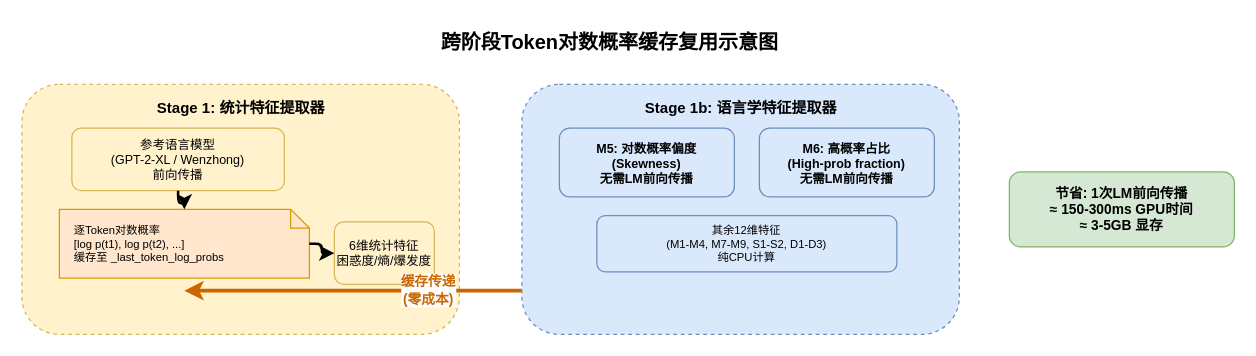
Earlier version of the draw.io diagram docs/diagrams/05-cross-stage-cache.drawio (kylecui/AIGC_Detector). Source tidied: cells renumbered, new cells numbered last; positions are measured from the earlier drawing's top-left corner, leaving out a move shared by most shapes. Both pictures are drawn from the tidied source at 125%, with x=0, y=0 at pixel (21, 21).
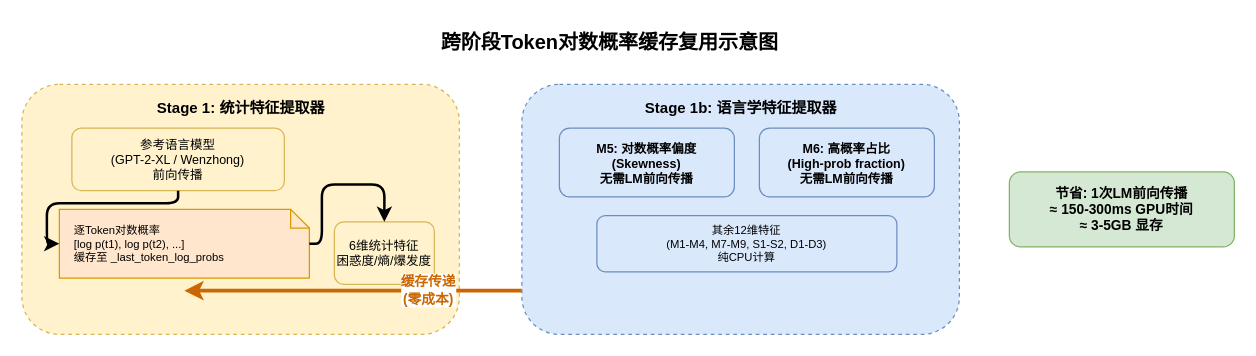
The same diagram, later.

Diff of the diagram source:
```diff
@@
 <mxGraphModel>
   <root>
     <mxCell id="0" />
     <mxCell id="1" parent="0" />
     <mxCell id="2" value="跨阶段Token对数概率缓存复用示意图" style="text;html=1;fontSize=16;fontStyle=1;align=center;" parent="1" vertex="1">
       <mxGeometry x="220" width="500" height="25" as="geometry" />
     </mxCell>
     <mxCell id="3" style="rounded=1;whiteSpace=wrap;html=1;fillColor=#fff2cc;strokeColor=#d6b656;dashed=1;" parent="1" vertex="1">
       <mxGeometry y="50" width="350" height="200" as="geometry" />
     </mxCell>
     <mxCell id="4" value="Stage 1: 统计特征提取器" style="text;html=1;fontSize=12;fontStyle=1;align=center;" parent="1" vertex="1">
       <mxGeometry x="40" y="55" width="270" height="20" as="geometry" />
     </mxCell>
     <mxCell id="5" value="参考语言模型&#10;(GPT-2-XL / Wenzhong)&#10;前向传播" style="rounded=1;whiteSpace=wrap;html=1;fillColor=#fff2cc;strokeColor=#d6b656;fontSize=10;" parent="1" vertex="1">
       <mxGeometry x="40" y="85" width="170" height="50" as="geometry" />
     </mxCell>
     <mxCell id="6" value="逐Token对数概率&#10;[log p(t1), log p(t2), ...]&#10;缓存至 _last_token_log_probs" style="shape=note;whiteSpace=wrap;html=1;size=15;fillColor=#ffe6cc;strokeColor=#d79b00;fontSize=9;align=left;spacingLeft=10;" parent="1" vertex="1">
       <mxGeometry x="30" y="150" width="200" height="55" as="geometry" />
     </mxCell>
     <mxCell id="7" value="6维统计特征&#10;困惑度/熵/爆发度" style="rounded=1;whiteSpace=wrap;html=1;fillColor=#fff2cc;strokeColor=#d6b656;fontSize=10;" parent="1" vertex="1">
       <mxGeometry x="250" y="160" width="80" height="50" as="geometry" />
     </mxCell>
     <mxCell id="8" value="缓存传递&#10;(零成本)" style="endArrow=classic;startArrow=classic;html=1;strokeWidth=3;strokeColor=#cc6600;fontSize=11;fontStyle=1;fontColor=#cc6600;edgeStyle=orthogonalEdgeStyle;" parent="1" edge="1">
       <mxGeometry relative="1" as="geometry">
         <mxPoint x="130" y="215" as="sourcePoint" />
         <mxPoint x="520" y="215" as="targetPoint" />
       </mxGeometry>
     </mxCell>
     <mxCell id="9" style="rounded=1;whiteSpace=wrap;html=1;fillColor=#dae8fc;strokeColor=#6c8ebf;dashed=1;" parent="1" vertex="1">
       <mxGeometry x="400" y="50" width="350" height="200" as="geometry" />
     </mxCell>
     <mxCell id="10" value="Stage 1b: 语言学特征提取器" style="text;html=1;fontSize=12;fontStyle=1;align=center;" parent="1" vertex="1">
       <mxGeometry x="440" y="55" width="270" height="20" as="geometry" />
     </mxCell>
     <mxCell id="11" value="M5: 对数概率偏度&#10;(Skewness)&#10;无需LM前向传播" style="rounded=1;whiteSpace=wrap;html=1;fillColor=#dae8fc;strokeColor=#6c8ebf;fontSize=10;fontStyle=1;" parent="1" vertex="1">
       <mxGeometry x="430" y="85" width="140" height="55" as="geometry" />
     </mxCell>
     <mxCell id="12" value="M6: 高概率占比&#10;(High-prob fraction)&#10;无需LM前向传播" style="rounded=1;whiteSpace=wrap;html=1;fillColor=#dae8fc;strokeColor=#6c8ebf;fontSize=10;fontStyle=1;" parent="1" vertex="1">
       <mxGeometry x="590" y="85" width="140" height="55" as="geometry" />
     </mxCell>
     <mxCell id="13" value="其余12维特征&#10;(M1-M4, M7-M9, S1-S2, D1-D3)&#10;纯CPU计算" style="rounded=1;whiteSpace=wrap;html=1;fillColor=#dae8fc;strokeColor=#6c8ebf;fontSize=9;" parent="1" vertex="1">
       <mxGeometry x="460" y="155" width="240" height="45" as="geometry" />
     </mxCell>
     <mxCell id="14" value="节省: 1次LM前向传播&#10;≈ 150-300ms GPU时间&#10;≈ 3-5GB 显存" style="rounded=1;whiteSpace=wrap;html=1;fillColor=#d5e8d4;strokeColor=#82b366;fontSize=11;fontStyle=1;" parent="1" vertex="1">
       <mxGeometry x="790" y="120" width="180" height="60" as="geometry" />
     </mxCell>
-    <mxCell id="15" style="edgeStyle=orthogonalEdgeStyle;endArrow=classic;html=1;strokeWidth=2;" parent="1" edge="1" source="5" target="6">
+    <mxCell id="15" style="edgeStyle=orthogonalEdgeStyle;endArrow=classic;html=1;strokeWidth=2;entryX=0;entryY=0.5;entryDx=0;entryDy=0;entryPerimeter=0;" parent="1" edge="1" source="5" target="6">
       <mxGeometry relative="1" as="geometry" />
     </mxCell>
     <mxCell id="16" style="edgeStyle=orthogonalEdgeStyle;endArrow=classic;html=1;strokeWidth=2;" parent="1" edge="1" source="6" target="7">
-      <mxGeometry relative="1" as="geometry" />
+      <mxGeometry relative="1" as="geometry">
+        <Array as="points">
+          <mxPoint x="240" y="177" />
+          <mxPoint x="240" y="130" />
+          <mxPoint x="290" y="130" />
+        </Array>
+      </mxGeometry>
     </mxCell>
   </root>
 </mxGraphModel>
```
